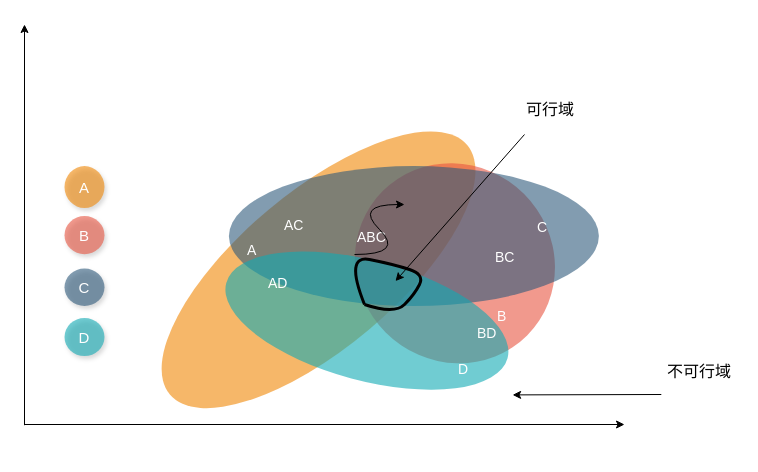
The draw.io diagram 帕累托多维.drawio in codelyc/Hello-World, before the edit. Source tidied: cells renumbered, new cells numbered last; positions are measured from the earlier drawing's top-left corner, leaving out a move shared by most shapes. Both pictures are drawn from the tidied source at 100%, with x=0, y=0 at pixel (24, 24).
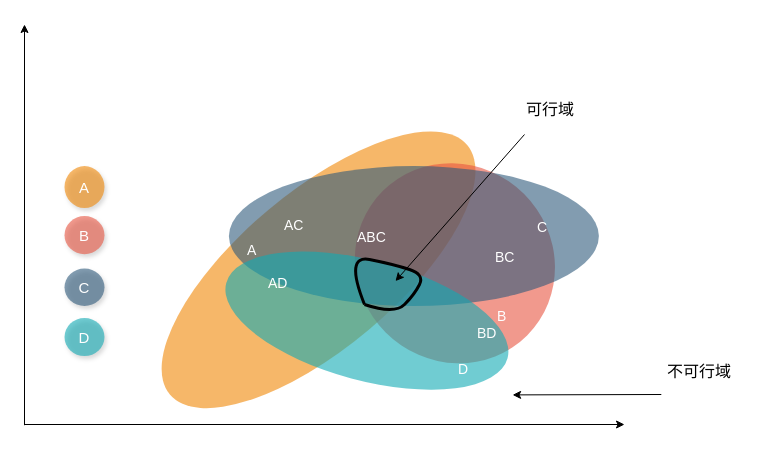
The same page after the edit.

Commit message:
更新帕累托多维.drawio

What changed in the source:
```diff
@@
-    <mxCell id="22" style="curved=1;endArrow=classic;html=1;rounded=0;" parent="1" edge="1">
-      <mxGeometry relative="1" as="geometry">
-        <mxPoint x="330" y="230" as="sourcePoint" />
-        <mxPoint x="380" y="180" as="targetPoint" />
-        <Array as="points">
-          <mxPoint x="380" y="230" />
-          <mxPoint x="330" y="180" />
-        </Array>
-      </mxGeometry>
-    </mxCell>
```
